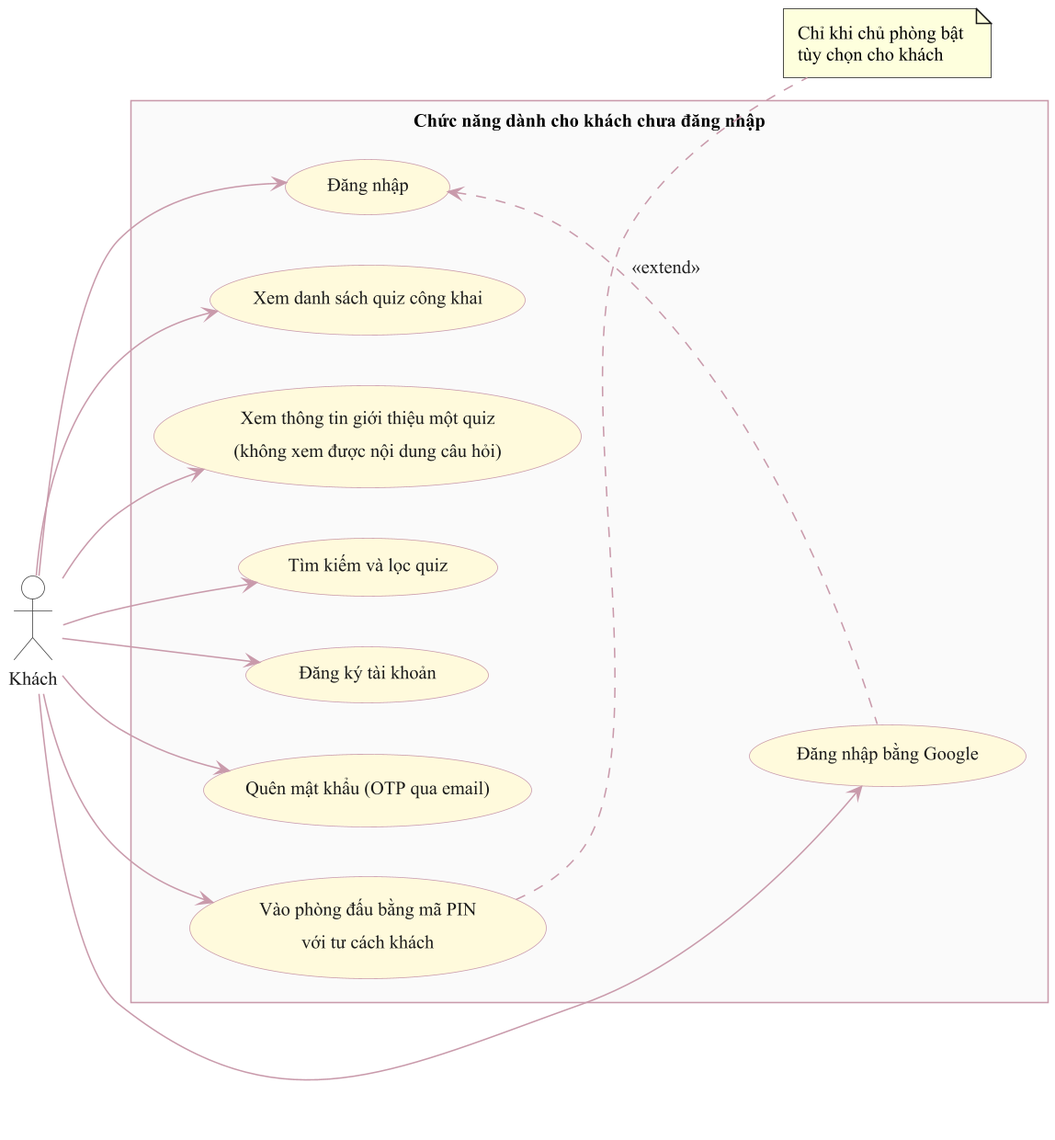
The PlantUML diagram bao-cao-datn/assets/hinh-2.2.png in NguyenDuc2004/QUIZ-TRIVIA, before a commit.
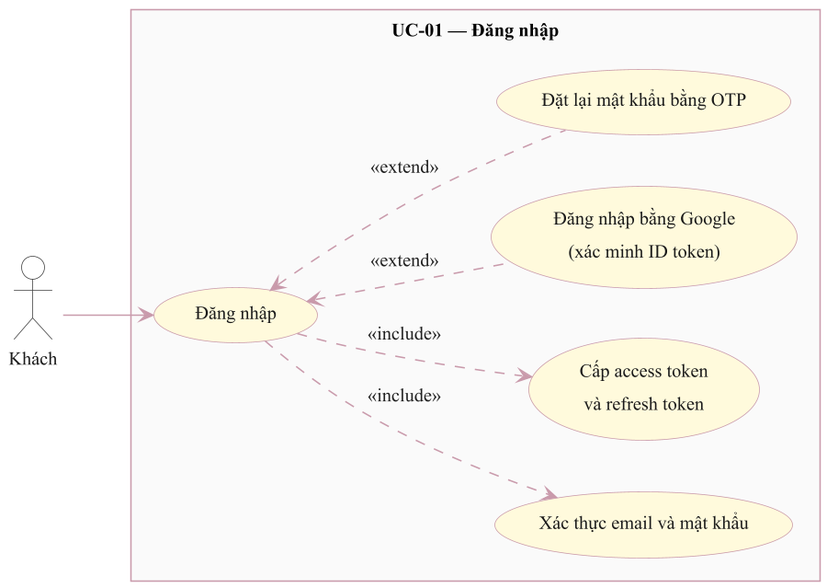
After the commit.

What changed in the source:
```diff
@@ -65,27 +65,16 @@
 
 left to right direction
 actor "Khách" as G
-rectangle "Chức năng dành cho khách chưa đăng nhập" {
-  usecase "Xem danh sách quiz công khai" as U1
-  usecase "Xem thông tin giới thiệu một quiz\n(không xem được nội dung câu hỏi)" as U2
-  usecase "Tìm kiếm và lọc quiz" as U3
-  usecase "Đăng ký tài khoản" as U4
-  usecase "Đăng nhập" as U5
-  usecase "Đăng nhập bằng Google" as U6
-  usecase "Quên mật khẩu (OTP qua email)" as U7
-  usecase "Vào phòng đấu bằng mã PIN\nvới tư cách khách" as U8
+rectangle "UC-01 — Đăng nhập" {
+  usecase "Đăng nhập" as U1
+  usecase "Xác thực email và mật khẩu" as U2
+  usecase "Cấp access token\nvà refresh token" as U3
+  usecase "Đăng nhập bằng Google\n(xác minh ID token)" as U4
+  usecase "Đặt lại mật khẩu bằng OTP" as U5
 }
 G --> U1
-G --> U2
-G --> U3
-G --> U4
-G --> U5
-G --> U6
-G --> U7
-G --> U8
-U6 .up.> U5 : <<extend>>
-note right of U8
-  Chỉ khi chủ phòng bật
-  tùy chọn cho khách
-end note
+U1 ..> U2 : <<include>>
+U1 ..> U3 : <<include>>
+U4 .up.> U1 : <<extend>>
+U5 .up.> U1 : <<extend>>
 @enduml
```
